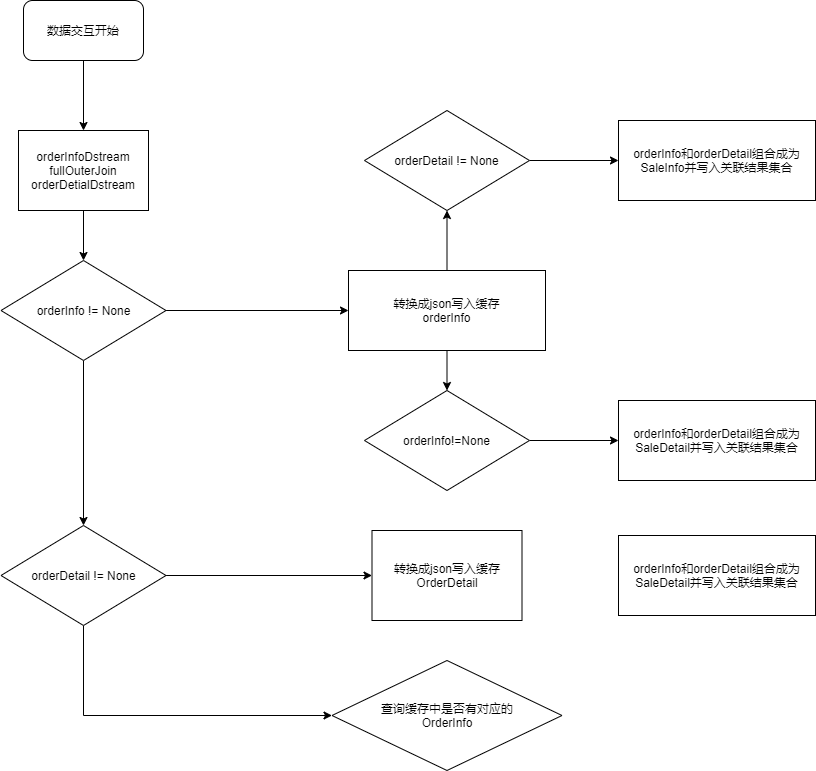
dyzcs/mall-2020 keeps this draw.io diagram as 双流join流程图.png. Above is the earlier version. Source tidied: cells renumbered, new cells last; positions are measured from the earlier drawing's top-left corner, leaving out a move shared by most shapes.
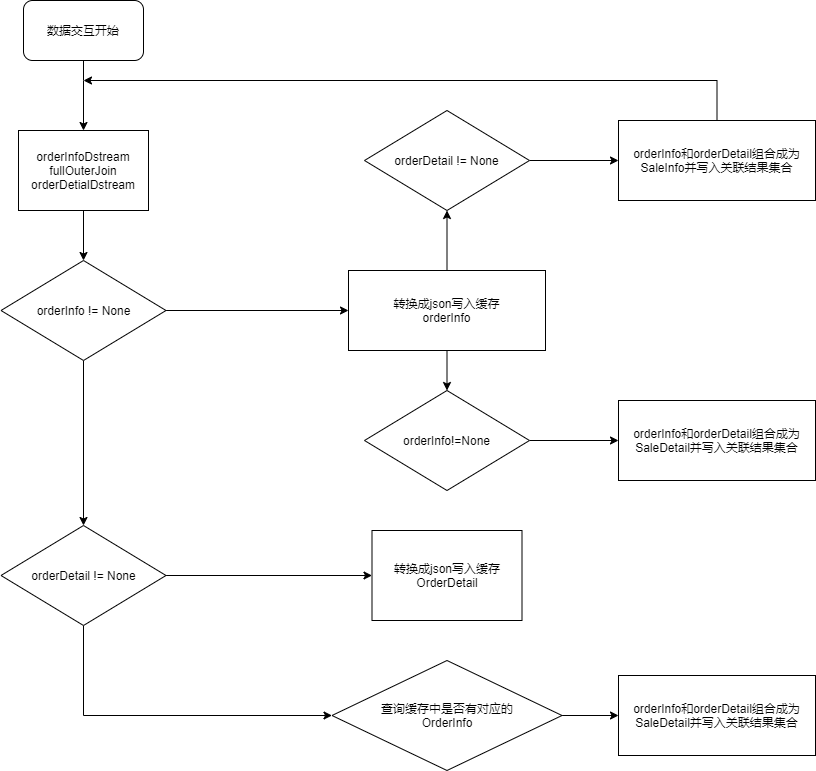
The same file after the commit.

Commit message:
更新双流join流程图.png

The edit, as a diff of the source:
```diff
@@ -41,12 +41,24 @@
     <mxCell id="14" value="orderInfo!=None" style="strokeWidth=1;html=1;shape=mxgraph.flowchart.decision;whiteSpace=wrap;" parent="1" vertex="1">
       <mxGeometry x="364" y="390" width="165" height="100" as="geometry" />
     </mxCell>
+    <mxCell id="24" style="edgeStyle=orthogonalEdgeStyle;rounded=0;jettySize=auto;html=1;entryX=0;entryY=0.5;entryDx=0;entryDy=0;" parent="1" edge="1" source="15" target="19">
+      <mxGeometry relative="1" as="geometry" />
+    </mxCell>
     <mxCell id="15" value="查询缓存中是否有对应的&lt;br&gt;OrderInfo" style="strokeWidth=1;html=1;shape=mxgraph.flowchart.decision;whiteSpace=wrap;" parent="1" vertex="1">
       <mxGeometry x="331.5" y="660" width="230" height="110" as="geometry" />
     </mxCell>
     <mxCell id="16" value="转换成json写入缓存&lt;br&gt;OrderDetail" style="rounded=0;whiteSpace=wrap;html=1;absoluteArcSize=1;arcSize=14;strokeWidth=1;" parent="1" vertex="1">
       <mxGeometry x="371.5" y="530" width="150" height="90" as="geometry" />
     </mxCell>
+    <mxCell id="25" style="edgeStyle=orthogonalEdgeStyle;rounded=0;jettySize=auto;html=1;" parent="1" edge="1" source="17">
+      <mxGeometry relative="1" as="geometry">
+        <mxPoint x="83" y="80" as="targetPoint" />
+        <Array as="points">
+          <mxPoint x="717" y="80" />
+          <mxPoint x="83" y="80" />
+        </Array>
+      </mxGeometry>
+    </mxCell>
     <mxCell id="17" value="orderInfo和orderDetail组合成为SaleInfo并写入关联结果集合" style="rounded=0;whiteSpace=wrap;html=1;absoluteArcSize=1;arcSize=14;strokeWidth=1;" parent="1" vertex="1">
       <mxGeometry x="618" y="120" width="197" height="80" as="geometry" />
     </mxCell>
@@ -54,10 +66,15 @@
       <mxGeometry x="618" y="400" width="197" height="80" as="geometry" />
     </mxCell>
     <mxCell id="19" value="orderInfo和orderDetail组合成为SaleDetail并写入关联结果集合" style="rounded=0;whiteSpace=wrap;html=1;absoluteArcSize=1;arcSize=14;strokeWidth=1;" parent="1" vertex="1">
-      <mxGeometry x="618" y="535" width="197" height="80" as="geometry" />
+      <mxGeometry x="618" y="675" width="197" height="80" as="geometry" />
     </mxCell>
     <mxCell id="20" style="edgeStyle=orthogonalEdgeStyle;rounded=0;jettySize=auto;html=1;" parent="1" edge="1" source="21" target="23">
-      <mxGeometry relative="1" as="geometry" />
+      <mxGeometry relative="1" as="geometry">
+        <Array as="points">
+          <mxPoint x="83" y="80" />
+          <mxPoint x="83" y="80" />
+        </Array>
+      </mxGeometry>
     </mxCell>
     <mxCell id="21" value="数据交互开始" style="rounded=1;whiteSpace=wrap;html=1;" parent="1" vertex="1">
       <mxGeometry x="23" width="120" height="60" as="geometry" />
```
